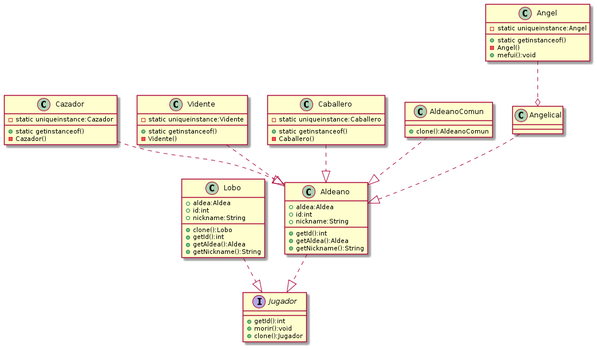
Above: diagrama1.png in Rogarpa/Proyecto-2-Modelado-y-Programacion (PlantUML), before the change. The source it was exported from:
```plantuml
@startuml

interface Jugador{
+getId():int
+morir():void
+clone():Jugador
}

class Lobo{
+aldea:Aldea
+id:int
+nickname:String
+clone():Lobo
+getId():int
+getAldea():Aldea
+getNickname():String
}

class Aldeano{
+aldea:Aldea
+id:int
+nickname:String
+getId():int
+getAldea():Aldea
+getNickname():String
}

class Cazador{
-static uniqueinstance:Cazador
+static getinstanceof()
-Cazador()
}

class Vidente{
-static uniqueinstance:Vidente
+static getinstanceof()
-Vidente()
}

class Caballero{
-static uniqueinstance:Caballero
+static getinstanceof()
-Caballero()
}

class Angel{
-static uniqueinstance:Angel
+static getinstanceof()
-Angel()
+mefui():void
}

class AldeanoComun{
+clone():AldeanoComun
}

Aldeano..|>Jugador
Lobo..|>Jugador
Cazador..|>Aldeano
Caballero..|>Aldeano
Vidente..|>Aldeano
AldeanoComun..|>Aldeano
Angelical..|>Aldeano
Angel..o Angelical

@enduml
```
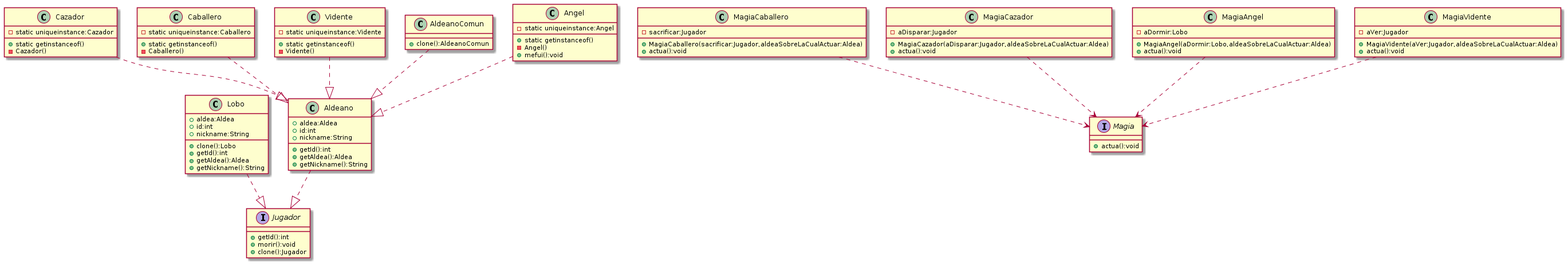
After the commit.

Change to the diagram source:
```diff
@@ -1,4 +1,12 @@
 @startuml
+
+Aldeano..|>Jugador
+Lobo..|>Jugador
+Cazador..|>Aldeano
+Caballero..|>Aldeano
+Vidente..|>Aldeano
+AldeanoComun..|>Aldeano
+Angel..|>Aldeano
 
 interface Jugador{
 +getId():int
@@ -54,13 +62,36 @@
 +clone():AldeanoComun
 }
 
-Aldeano..|>Jugador
-Lobo..|>Jugador
-Cazador..|>Aldeano
-Caballero..|>Aldeano
-Vidente..|>Aldeano
-AldeanoComun..|>Aldeano
-Angelical..|>Aldeano
-Angel..o Angelical
+MagiaCaballero..>Magia
+MagiaCazador..>Magia
+MagiaAngel..>Magia
+MagiaVidente..>Magia
 
+interface Magia{
++actua():void
+}
+
+class MagiaAngel{
+-aDormir:Lobo
++MagiaAngel(aDormir:Lobo,aldeaSobreLaCualActuar:Aldea)
++actua():void
+}
+
+class MagiaCazador{
+-aDisparar:Jugador
++MagiaCazador(aDisparar:Jugador,aldeaSobreLaCualActuar:Aldea)
++actua():void
+}
+
+class MagiaVidente{
+-aVer:Jugador
++MagiaVidente(aVer:Jugador,aldeaSobreLaCualActuar:Aldea)
++actua():void
+}
+
+class MagiaCaballero{
+-sacrificar:Jugador
++MagiaCaballero(sacrificar:Jugador,aldeaSobreLaCualActuar:Aldea)
++actua():void
+}
 @enduml
```
